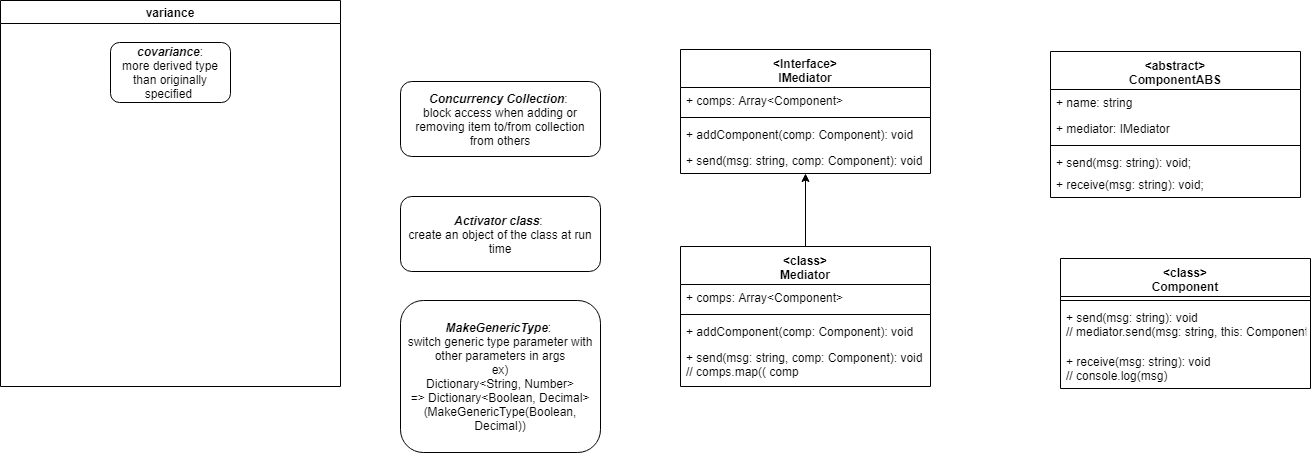
stsiwo/mediator_pattern keeps this draw.io diagram as mediator_pattern.png. Above is the earlier version. Source tidied: cells renumbered, new cells last; positions are measured from the earlier drawing's top-left corner, leaving out a move shared by most shapes. The source it was exported from:
```xml
<mxGraphModel background="#ffffff">
  <root>
    <mxCell id="0" />
    <mxCell id="1" parent="0" />
    <mxCell id="2" value="&lt;Interface&gt;&#10;IMediator&#10;" style="swimlane;fontStyle=1;align=center;verticalAlign=top;horizontal=1;startSize=38;" parent="1" vertex="1">
      <mxGeometry x="680" y="49" width="250" height="124" as="geometry" />
    </mxCell>
    <mxCell id="3" value="+ comps: Array&lt;Component&gt;" style="text;strokeColor=none;fillColor=none;align=left;verticalAlign=top;spacingLeft=4;spacingRight=4;overflow=hidden;" parent="2" vertex="1">
      <mxGeometry y="38" width="250" height="26" as="geometry" />
    </mxCell>
    <mxCell id="4" style="line;strokeWidth=1;fillColor=none;align=left;verticalAlign=middle;spacingTop=-1;spacingLeft=3;spacingRight=3;labelPosition=right;" parent="2" vertex="1">
      <mxGeometry y="64" width="250" height="8" as="geometry" />
    </mxCell>
    <mxCell id="5" value="+ addComponent(comp: Component): void" style="text;strokeColor=none;fillColor=none;align=left;verticalAlign=top;spacingLeft=4;spacingRight=4;overflow=hidden;" parent="2" vertex="1">
      <mxGeometry y="72" width="250" height="26" as="geometry" />
    </mxCell>
    <mxCell id="6" value="+ send(msg: string, comp: Component): void" style="text;strokeColor=none;fillColor=none;align=left;verticalAlign=top;spacingLeft=4;spacingRight=4;overflow=hidden;" parent="2" vertex="1">
      <mxGeometry y="98" width="250" height="26" as="geometry" />
    </mxCell>
    <mxCell id="7" style="edgeStyle=none;rounded=0;html=1;jettySize=auto;" parent="1" edge="1" source="8" target="2">
      <mxGeometry relative="1" as="geometry" />
    </mxCell>
    <mxCell id="8" value="&lt;class&gt;&#10;Mediator&#10;" style="swimlane;fontStyle=1;align=center;verticalAlign=top;horizontal=1;startSize=38;" parent="1" vertex="1">
      <mxGeometry x="680" y="246" width="250" height="140" as="geometry" />
    </mxCell>
    <mxCell id="9" value="+ comps: Array&lt;Component&gt;" style="text;strokeColor=none;fillColor=none;align=left;verticalAlign=top;spacingLeft=4;spacingRight=4;overflow=hidden;" parent="8" vertex="1">
      <mxGeometry y="38" width="250" height="26" as="geometry" />
    </mxCell>
    <mxCell id="10" style="line;strokeWidth=1;fillColor=none;align=left;verticalAlign=middle;spacingTop=-1;spacingLeft=3;spacingRight=3;labelPosition=right;" parent="8" vertex="1">
      <mxGeometry y="64" width="250" height="8" as="geometry" />
    </mxCell>
    <mxCell id="11" value="+ addComponent(comp: Component): void" style="text;strokeColor=none;fillColor=none;align=left;verticalAlign=top;spacingLeft=4;spacingRight=4;overflow=hidden;" parent="8" vertex="1">
      <mxGeometry y="72" width="250" height="26" as="geometry" />
    </mxCell>
    <mxCell id="12" value="+ send(msg: string, comp: Component): void&#10;// comps.map(( comp&#10;" style="text;strokeColor=none;fillColor=none;align=left;verticalAlign=top;spacingLeft=4;spacingRight=4;overflow=hidden;" parent="8" vertex="1">
      <mxGeometry y="98" width="250" height="42" as="geometry" />
    </mxCell>
    <mxCell id="13" value="&lt;abstract&gt;&#10;ComponentABS&#10;" style="swimlane;fontStyle=1;align=center;verticalAlign=top;horizontal=1;startSize=38;" parent="1" vertex="1">
      <mxGeometry x="1050" y="51" width="250" height="146" as="geometry" />
    </mxCell>
    <mxCell id="14" value="+ name: string" style="text;strokeColor=none;fillColor=none;align=left;verticalAlign=top;spacingLeft=4;spacingRight=4;overflow=hidden;" parent="13" vertex="1">
      <mxGeometry y="38" width="250" height="26" as="geometry" />
    </mxCell>
    <mxCell id="15" value="+ mediator: IMediator" style="text;strokeColor=none;fillColor=none;align=left;verticalAlign=top;spacingLeft=4;spacingRight=4;overflow=hidden;" parent="13" vertex="1">
      <mxGeometry y="64" width="250" height="26" as="geometry" />
    </mxCell>
    <mxCell id="16" style="line;strokeWidth=1;fillColor=none;align=left;verticalAlign=middle;spacingTop=-1;spacingLeft=3;spacingRight=3;labelPosition=right;" parent="13" vertex="1">
      <mxGeometry y="90" width="250" height="8" as="geometry" />
    </mxCell>
    <mxCell id="17" value="+ send(msg: string): void;" style="text;strokeColor=none;fillColor=none;align=left;verticalAlign=top;spacingLeft=4;spacingRight=4;overflow=hidden;" parent="13" vertex="1">
      <mxGeometry y="98" width="250" height="22" as="geometry" />
    </mxCell>
    <mxCell id="18" value="+ receive(msg: string): void;" style="text;strokeColor=none;fillColor=none;align=left;verticalAlign=top;spacingLeft=4;spacingRight=4;overflow=hidden;" parent="13" vertex="1">
      <mxGeometry y="120" width="250" height="26" as="geometry" />
    </mxCell>
    <mxCell id="19" value="&lt;class&gt;&#10;Component&#10;" style="swimlane;fontStyle=1;align=center;verticalAlign=top;horizontal=1;startSize=38;" parent="1" vertex="1">
      <mxGeometry x="1060" y="258" width="250" height="130" as="geometry" />
    </mxCell>
    <mxCell id="20" style="line;strokeWidth=1;fillColor=none;align=left;verticalAlign=middle;spacingTop=-1;spacingLeft=3;spacingRight=3;labelPosition=right;" parent="19" vertex="1">
      <mxGeometry y="38" width="250" height="8" as="geometry" />
    </mxCell>
    <mxCell id="21" value="+ send(msg: string): void&#10;// mediator.send(msg: string, this: Component)&#10;" style="text;strokeColor=none;fillColor=none;align=left;verticalAlign=top;spacingLeft=4;spacingRight=4;overflow=hidden;" parent="19" vertex="1">
      <mxGeometry y="46" width="250" height="44" as="geometry" />
    </mxCell>
    <mxCell id="22" value="+ receive(msg: string): void&#10;// console.log(msg)&#10;" style="text;strokeColor=none;fillColor=none;align=left;verticalAlign=top;spacingLeft=4;spacingRight=4;overflow=hidden;" parent="19" vertex="1">
      <mxGeometry y="90" width="250" height="40" as="geometry" />
    </mxCell>
    <mxCell id="23" value="&lt;b&gt;&lt;i&gt;Concurrency Collection&lt;/i&gt;&lt;/b&gt;:&amp;nbsp;&lt;br&gt;block access when adding or removing item to/from collection from others&lt;br&gt;" style="rounded=1;whiteSpace=wrap;html=1;" parent="1" vertex="1">
      <mxGeometry x="400" y="81" width="200" height="75" as="geometry" />
    </mxCell>
    <mxCell id="24" value="&lt;b&gt;&lt;i&gt;Activator class&lt;/i&gt;&lt;/b&gt;:&amp;nbsp;&lt;br&gt;create an object of the class at run time&lt;br&gt;" style="rounded=1;whiteSpace=wrap;html=1;" parent="1" vertex="1">
      <mxGeometry x="400" y="196" width="200" height="75" as="geometry" />
    </mxCell>
    <mxCell id="25" value="&lt;b&gt;&lt;i&gt;MakeGenericType&lt;/i&gt;&lt;/b&gt;:&amp;nbsp;&lt;br&gt;switch generic type parameter with other parameters in args&lt;br&gt;ex)&lt;br&gt;Dictionary&amp;lt;String, Number&amp;gt;&lt;br&gt;=&amp;gt; Dictionary&amp;lt;Boolean, Decimal&amp;gt;&lt;br&gt;(MakeGenericType(Boolean, Decimal))&lt;br&gt;" style="rounded=1;whiteSpace=wrap;html=1;" parent="1" vertex="1">
      <mxGeometry x="400" y="300" width="200" height="152" as="geometry" />
    </mxCell>
    <mxCell id="26" value="variance" style="swimlane;" parent="1" vertex="1">
      <mxGeometry width="340" height="386" as="geometry" />
    </mxCell>
    <mxCell id="27" value="&lt;i&gt;&lt;b&gt;covariance&lt;/b&gt;&lt;/i&gt;:&lt;br&gt;more derived type than originally specified&amp;nbsp;" style="rounded=1;whiteSpace=wrap;html=1;" parent="26" vertex="1">
      <mxGeometry x="110" y="42" width="120" height="60" as="geometry" />
    </mxCell>
  </root>
</mxGraphModel>
```
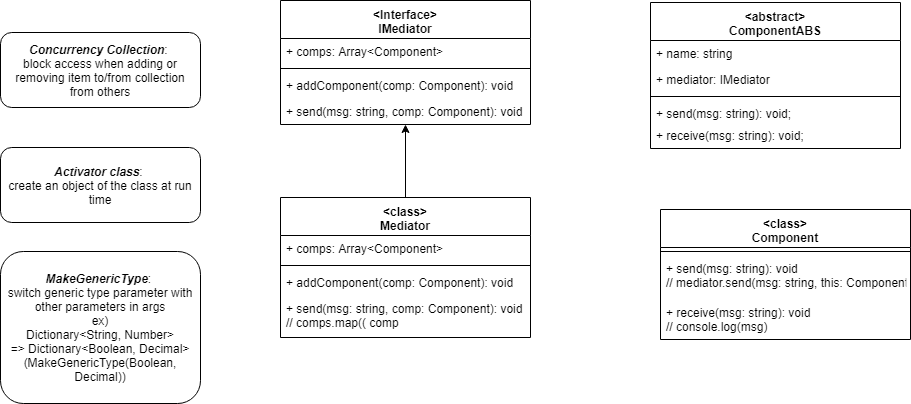
The same diagram one commit later.

Diff of the diagram source:
```diff
@@ -74,11 +74,5 @@
     <mxCell id="25" value="&lt;b&gt;&lt;i&gt;MakeGenericType&lt;/i&gt;&lt;/b&gt;:&amp;nbsp;&lt;br&gt;switch generic type parameter with other parameters in args&lt;br&gt;ex)&lt;br&gt;Dictionary&amp;lt;String, Number&amp;gt;&lt;br&gt;=&amp;gt; Dictionary&amp;lt;Boolean, Decimal&amp;gt;&lt;br&gt;(MakeGenericType(Boolean, Decimal))&lt;br&gt;" style="rounded=1;whiteSpace=wrap;html=1;" parent="1" vertex="1">
       <mxGeometry x="400" y="300" width="200" height="152" as="geometry" />
     </mxCell>
-    <mxCell id="26" value="variance" style="swimlane;" parent="1" vertex="1">
-      <mxGeometry width="340" height="386" as="geometry" />
-    </mxCell>
-    <mxCell id="27" value="&lt;i&gt;&lt;b&gt;covariance&lt;/b&gt;&lt;/i&gt;:&lt;br&gt;more derived type than originally specified&amp;nbsp;" style="rounded=1;whiteSpace=wrap;html=1;" parent="26" vertex="1">
-      <mxGeometry x="110" y="42" width="120" height="60" as="geometry" />
-    </mxCell>
   </root>
 </mxGraphModel>
```
